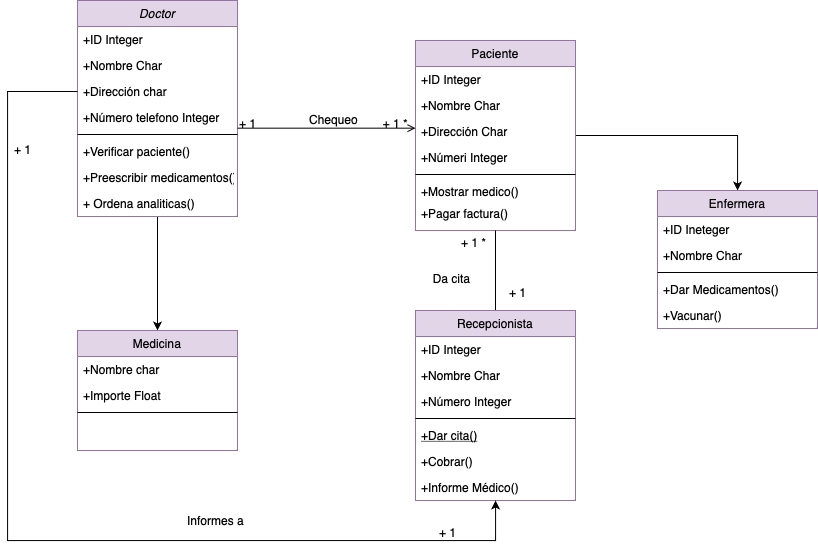
This is diagramas/sistema_hospitalario.drawio.png from nicholelouis/ETS, a draw.io export, as it was before one commit. Source tidied: cells renumbered, new cells last; positions are measured from the earlier drawing's top-left corner, leaving out a move shared by most shapes.
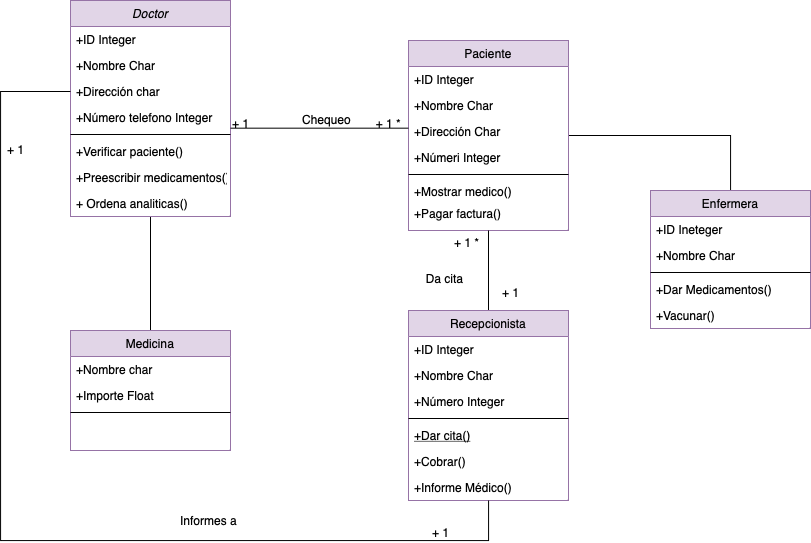
After the change.

Change to the diagram source:
```diff
@@ -1,8 +1,8 @@
-<mxGraphModel>
+<mxGraphModel background="#ffffff">
   <root>
     <mxCell id="0" />
     <mxCell id="1" parent="0" />
-    <mxCell id="2" style="edgeStyle=orthogonalEdgeStyle;rounded=0;jettySize=auto;html=1;" parent="1" edge="1" source="3" target="12">
+    <mxCell id="2" style="edgeStyle=orthogonalEdgeStyle;rounded=0;jettySize=auto;html=1;endArrow=none;endFill=0;" parent="1" edge="1" source="3" target="12">
       <mxGeometry relative="1" as="geometry" />
     </mxCell>
     <mxCell id="3" value="Doctor" style="swimlane;fontStyle=2;align=center;verticalAlign=top;horizontal=1;startSize=26;rounded=0;shadow=0;strokeWidth=1;fillColor=#e1d5e7;strokeColor=#9673a6;" parent="1" vertex="1">
@@ -44,7 +44,7 @@
     <mxCell id="15" style="line;html=1;strokeWidth=1;align=left;verticalAlign=middle;spacingTop=-1;spacingLeft=3;spacingRight=3;labelPosition=right;" parent="12" vertex="1">
       <mxGeometry y="78" width="160" height="8" as="geometry" />
     </mxCell>
-    <mxCell id="16" style="edgeStyle=orthogonalEdgeStyle;rounded=0;jettySize=auto;html=1;" parent="1" edge="1" source="17" target="45">
+    <mxCell id="16" style="edgeStyle=orthogonalEdgeStyle;rounded=0;jettySize=auto;html=1;endArrow=none;endFill=0;" parent="1" edge="1" source="17" target="45">
       <mxGeometry relative="1" as="geometry">
         <Array as="points">
           <mxPoint x="730" y="135" />
@@ -75,7 +75,7 @@
     <mxCell id="24" value="+Pagar factura()" style="text;align=left;verticalAlign=top;spacingLeft=4;spacingRight=4;overflow=hidden;" parent="17" vertex="1">
       <mxGeometry y="160" width="160" height="26" as="geometry" />
     </mxCell>
-    <mxCell id="25" style="endArrow=open;shadow=0;strokeWidth=1;rounded=0;endFill=1;edgeStyle=elbowEdgeStyle;elbow=vertical;" parent="1" edge="1" source="3" target="17">
+    <mxCell id="25" style="endArrow=none;shadow=0;strokeWidth=1;rounded=0;endFill=0;edgeStyle=elbowEdgeStyle;elbow=vertical;" parent="1" edge="1" source="3" target="17">
       <mxGeometry x="0.5" y="41" relative="1" as="geometry">
         <mxPoint x="-40" y="32" as="offset" />
       </mxGeometry>
@@ -133,7 +133,7 @@
     <mxCell id="40" value="+ 1 *" style="align=right;verticalAlign=bottom;labelBackgroundColor=none;fontSize=12;" parent="1" vertex="1">
       <mxGeometry x="480" y="250" as="geometry" />
     </mxCell>
-    <mxCell id="41" style="edgeStyle=orthogonalEdgeStyle;rounded=0;jettySize=auto;html=1;" parent="1" edge="1" source="6" target="37">
+    <mxCell id="41" style="edgeStyle=orthogonalEdgeStyle;rounded=0;jettySize=auto;html=1;endArrow=none;endFill=0;" parent="1" edge="1" source="6" target="37">
       <mxGeometry relative="1" as="geometry">
         <Array as="points">
           <mxPoint y="91" />
```
